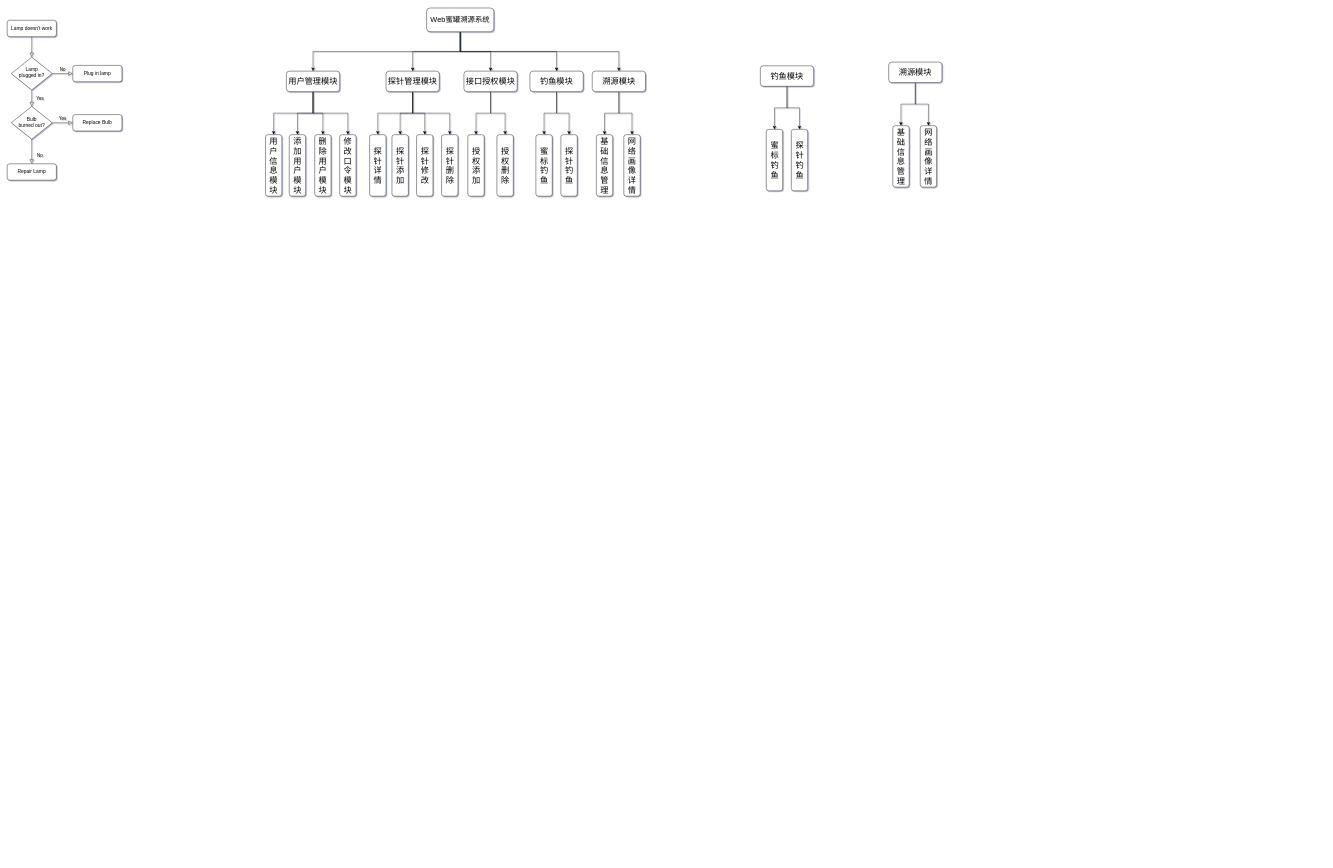
Above: fxw.drawio in Pannet/Pannet.github.io (draw.io), before the change. Source tidied: cells renumbered, new cells numbered last; positions are measured from the earlier drawing's top-left corner, leaving out a move shared by most shapes. Both pictures are drawn from the tidied source at 41%, with x=0, y=0 at pixel (7, 8).
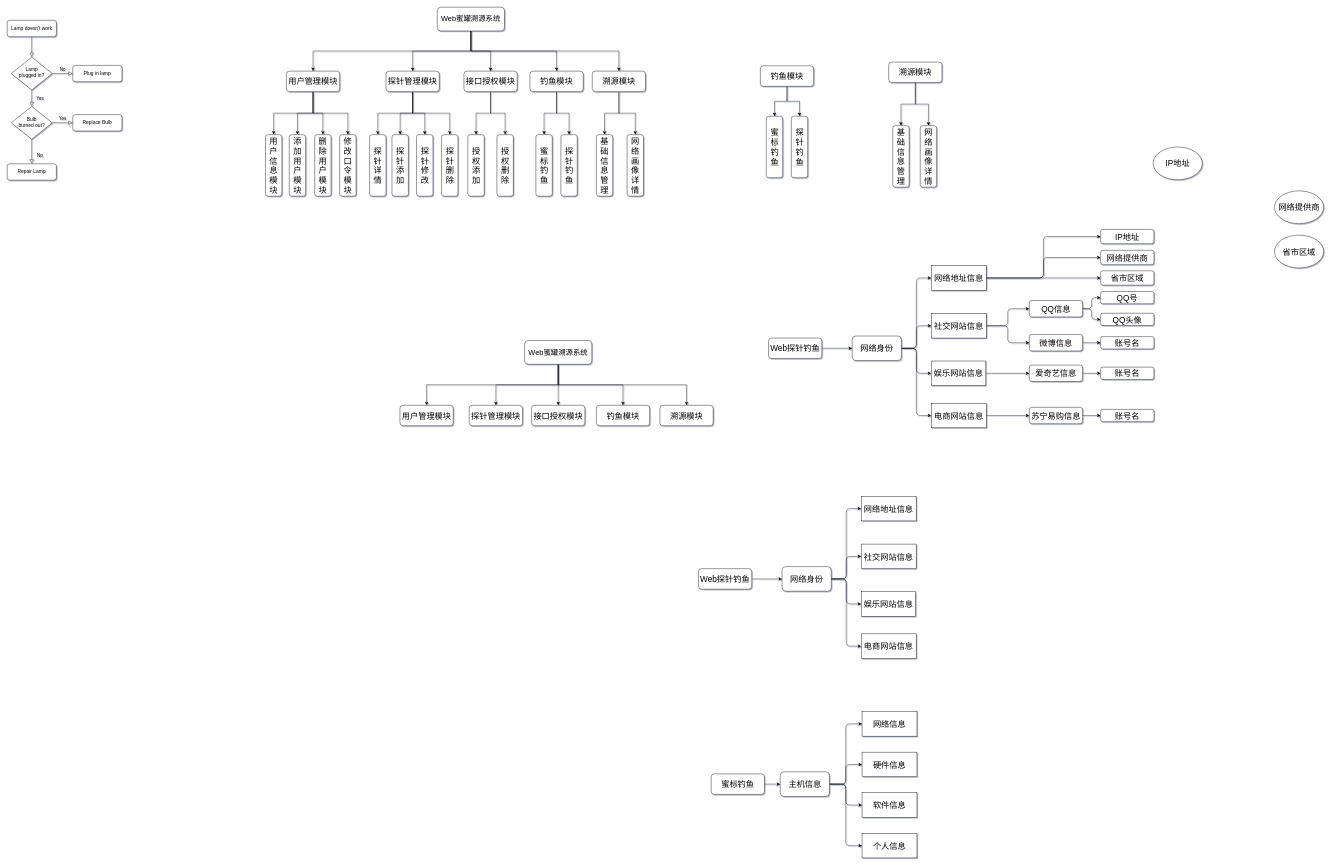
Above is the later version.

Diff of the diagram source:
```diff
@@
     <mxCell id="18" value="&lt;font style=&quot;font-size: 18px&quot;&gt;Web蜜罐溯源系统&lt;/font&gt;" style="rounded=1;whiteSpace=wrap;html=1;" parent="1" vertex="1">
-      <mxGeometry x="1023" width="164" height="58" as="geometry" />
+      <mxGeometry x="1049" y="-2" width="164" height="58" as="geometry" />
     </mxCell>
@@
     <mxCell id="44" value="网&lt;br style=&quot;font-size: 20px&quot;&gt;络&lt;br style=&quot;font-size: 20px&quot;&gt;画&lt;br style=&quot;font-size: 20px&quot;&gt;像&lt;br style=&quot;font-size: 20px&quot;&gt;详情" style="rounded=1;whiteSpace=wrap;html=1;fontSize=20;rotation=0;" parent="1" vertex="1">
-      <mxGeometry x="1504" y="309" width="40" height="150" as="geometry" />
+      <mxGeometry x="1512" y="309" width="40" height="150" as="geometry" />
     </mxCell>
@@
     <mxCell id="60" value="蜜标钓鱼" style="rounded=1;whiteSpace=wrap;html=1;fontSize=20;rotation=0;" parent="1" vertex="1">
-      <mxGeometry x="1851.5" y="296" width="40" height="150" as="geometry" />
+      <mxGeometry x="1851.5" y="264" width="40" height="150" as="geometry" />
     </mxCell>
     <mxCell id="61" value="探针钓鱼" style="rounded=1;whiteSpace=wrap;html=1;fontSize=20;rotation=0;" parent="1" vertex="1">
-      <mxGeometry x="1912.5" y="296" width="40" height="150" as="geometry" />
+      <mxGeometry x="1912.5" y="264" width="40" height="150" as="geometry" />
     </mxCell>
+    <mxCell id="62" style="edgeStyle=orthogonalEdgeStyle;rounded=0;jettySize=auto;html=1;entryX=0.5;entryY=0;entryDx=0;entryDy=0;fontSize=18;exitX=0.5;exitY=1;exitDx=0;exitDy=0;" parent="1" edge="1" source="67" target="69">
+      <mxGeometry relative="1" as="geometry" />
+    </mxCell>
+    <mxCell id="63" style="edgeStyle=orthogonalEdgeStyle;rounded=0;jettySize=auto;html=1;entryX=0.5;entryY=0;entryDx=0;entryDy=0;fontSize=18;exitX=0.5;exitY=1;exitDx=0;exitDy=0;" parent="1" edge="1" source="67" target="71">
+      <mxGeometry relative="1" as="geometry" />
+    </mxCell>
+    <mxCell id="64" style="edgeStyle=orthogonalEdgeStyle;rounded=0;jettySize=auto;html=1;fontSize=18;exitX=0.5;exitY=1;exitDx=0;exitDy=0;" parent="1" edge="1" source="67" target="70">
+      <mxGeometry relative="1" as="geometry" />
+    </mxCell>
+    <mxCell id="65" style="edgeStyle=orthogonalEdgeStyle;rounded=0;jettySize=auto;html=1;entryX=0.5;entryY=0;entryDx=0;entryDy=0;fontSize=18;exitX=0.5;exitY=1;exitDx=0;exitDy=0;" parent="1" edge="1" source="67" target="68">
+      <mxGeometry relative="1" as="geometry" />
+    </mxCell>
+    <mxCell id="66" style="edgeStyle=orthogonalEdgeStyle;rounded=0;jettySize=auto;html=1;entryX=0.5;entryY=0;entryDx=0;entryDy=0;fontSize=15;exitX=0.5;exitY=1;exitDx=0;exitDy=0;" parent="1" edge="1" source="67" target="72">
+      <mxGeometry relative="1" as="geometry" />
+    </mxCell>
+    <mxCell id="67" value="&lt;font style=&quot;font-size: 18px&quot;&gt;Web蜜罐溯源系统&lt;/font&gt;" style="rounded=1;whiteSpace=wrap;html=1;" parent="1" vertex="1">
+      <mxGeometry x="1262" y="811" width="164" height="58" as="geometry" />
+    </mxCell>
+    <mxCell id="68" value="用户管理模块" style="rounded=1;whiteSpace=wrap;html=1;fontSize=20;" parent="1" vertex="1">
+      <mxGeometry x="958" y="969" width="130" height="50" as="geometry" />
+    </mxCell>
+    <mxCell id="69" value="接口授权模块" style="rounded=1;whiteSpace=wrap;html=1;fontSize=20;" parent="1" vertex="1">
+      <mxGeometry x="1279" y="969" width="130" height="50" as="geometry" />
+    </mxCell>
+    <mxCell id="70" value="探针管理模块" style="rounded=1;whiteSpace=wrap;html=1;fontSize=20;" parent="1" vertex="1">
+      <mxGeometry x="1127" y="969" width="130" height="50" as="geometry" />
+    </mxCell>
+    <mxCell id="71" value="溯源模块" style="rounded=1;whiteSpace=wrap;html=1;fontSize=20;" parent="1" vertex="1">
+      <mxGeometry x="1592" y="969" width="130" height="50" as="geometry" />
+    </mxCell>
+    <mxCell id="72" value="钓鱼模块" style="rounded=1;whiteSpace=wrap;html=1;fontSize=20;" parent="1" vertex="1">
+      <mxGeometry x="1437" y="969" width="130" height="50" as="geometry" />
+    </mxCell>
+    <mxCell id="73" style="edgeStyle=orthogonalEdgeStyle;curved=0;rounded=1;sketch=0;jettySize=auto;html=1;" parent="1" edge="1" source="74" target="90">
+      <mxGeometry relative="1" as="geometry" />
+    </mxCell>
+    <mxCell id="74" value="Web探针钓鱼" style="rounded=1;whiteSpace=wrap;html=1;fontSize=20;" parent="1" vertex="1">
+      <mxGeometry x="1857" y="805" width="130" height="50" as="geometry" />
+    </mxCell>
+    <mxCell id="75" style="edgeStyle=orthogonalEdgeStyle;curved=0;rounded=1;sketch=0;jettySize=auto;html=1;fontSize=20;entryX=0;entryY=0.5;entryDx=0;entryDy=0;" parent="1" edge="1" source="78" target="94">
+      <mxGeometry relative="1" as="geometry" />
+    </mxCell>
+    <mxCell id="76" style="edgeStyle=orthogonalEdgeStyle;curved=0;rounded=1;sketch=0;jettySize=auto;html=1;entryX=0;entryY=0.5;entryDx=0;entryDy=0;fontSize=20;" parent="1" edge="1" source="78" target="95">
+      <mxGeometry relative="1" as="geometry" />
+    </mxCell>
+    <mxCell id="77" style="edgeStyle=orthogonalEdgeStyle;curved=0;rounded=1;sketch=0;jettySize=auto;html=1;fontSize=20;" parent="1" edge="1" source="78" target="96">
+      <mxGeometry relative="1" as="geometry" />
+    </mxCell>
+    <mxCell id="78" value="网络地址信息" style="rounded=0;whiteSpace=wrap;html=1;sketch=0;fontSize=20;" parent="1" vertex="1">
+      <mxGeometry x="2254" y="628.5" width="134" height="60" as="geometry" />
+    </mxCell>
+    <mxCell id="79" style="edgeStyle=orthogonalEdgeStyle;curved=0;rounded=1;sketch=0;jettySize=auto;html=1;fontSize=20;entryX=0;entryY=0.5;entryDx=0;entryDy=0;" parent="1" edge="1" source="81" target="99">
+      <mxGeometry relative="1" as="geometry" />
+    </mxCell>
+    <mxCell id="80" style="edgeStyle=orthogonalEdgeStyle;curved=0;rounded=1;sketch=0;jettySize=auto;html=1;entryX=0;entryY=0.5;entryDx=0;entryDy=0;fontSize=20;" parent="1" edge="1" source="81" target="101">
+      <mxGeometry relative="1" as="geometry" />
+    </mxCell>
+    <mxCell id="81" value="社交网站信息" style="rounded=0;whiteSpace=wrap;html=1;sketch=0;fontSize=20;" parent="1" vertex="1">
+      <mxGeometry x="2254" y="745" width="134" height="60" as="geometry" />
+    </mxCell>
+    <mxCell id="82" style="edgeStyle=orthogonalEdgeStyle;curved=0;rounded=1;sketch=0;jettySize=auto;html=1;entryX=0;entryY=0.5;entryDx=0;entryDy=0;fontSize=20;" parent="1" edge="1" source="83" target="103">
+      <mxGeometry relative="1" as="geometry" />
+    </mxCell>
+    <mxCell id="83" value="娱乐网站信息" style="rounded=0;whiteSpace=wrap;html=1;sketch=0;fontSize=20;" parent="1" vertex="1">
+      <mxGeometry x="2254" y="861" width="133" height="60" as="geometry" />
+    </mxCell>
+    <mxCell id="84" style="edgeStyle=orthogonalEdgeStyle;curved=0;rounded=1;sketch=0;jettySize=auto;html=1;entryX=0;entryY=0.5;entryDx=0;entryDy=0;fontSize=20;" parent="1" edge="1" source="85" target="105">
+      <mxGeometry relative="1" as="geometry" />
+    </mxCell>
+    <mxCell id="85" value="电商网站信息" style="rounded=0;whiteSpace=wrap;html=1;sketch=0;fontSize=20;" parent="1" vertex="1">
+      <mxGeometry x="2254" y="964" width="134" height="60" as="geometry" />
+    </mxCell>
+    <mxCell id="86" style="edgeStyle=orthogonalEdgeStyle;curved=0;rounded=1;sketch=0;jettySize=auto;html=1;entryX=0;entryY=0.5;entryDx=0;entryDy=0;fontSize=20;" parent="1" edge="1" source="90" target="78">
+      <mxGeometry relative="1" as="geometry" />
+    </mxCell>
+    <mxCell id="87" style="edgeStyle=orthogonalEdgeStyle;curved=0;rounded=1;sketch=0;jettySize=auto;html=1;entryX=0;entryY=0.5;entryDx=0;entryDy=0;fontSize=20;" parent="1" edge="1" source="90" target="81">
+      <mxGeometry relative="1" as="geometry" />
+    </mxCell>
+    <mxCell id="88" style="edgeStyle=orthogonalEdgeStyle;curved=0;rounded=1;sketch=0;jettySize=auto;html=1;entryX=0;entryY=0.5;entryDx=0;entryDy=0;fontSize=20;" parent="1" edge="1" source="90" target="83">
+      <mxGeometry relative="1" as="geometry" />
+    </mxCell>
+    <mxCell id="89" style="edgeStyle=orthogonalEdgeStyle;curved=0;rounded=1;sketch=0;jettySize=auto;html=1;entryX=0;entryY=0.5;entryDx=0;entryDy=0;fontSize=20;" parent="1" edge="1" source="90" target="85">
+      <mxGeometry relative="1" as="geometry" />
+    </mxCell>
+    <mxCell id="90" value="网络身份" style="rounded=1;whiteSpace=wrap;html=1;sketch=0;fontSize=20;" parent="1" vertex="1">
+      <mxGeometry x="2061" y="800" width="120" height="60" as="geometry" />
+    </mxCell>
+    <mxCell id="91" value="省市区域" style="ellipse;whiteSpace=wrap;html=1;rounded=0;sketch=0;fontSize=20;" parent="1" vertex="1">
+      <mxGeometry x="3091" y="554" width="120" height="80" as="geometry" />
+    </mxCell>
+    <mxCell id="92" value="IP地址" style="ellipse;whiteSpace=wrap;html=1;rounded=0;sketch=0;fontSize=20;" parent="1" vertex="1">
+      <mxGeometry x="2795" y="339" width="120" height="80" as="geometry" />
+    </mxCell>
+    <mxCell id="93" value="网络提供商" style="ellipse;whiteSpace=wrap;html=1;rounded=0;sketch=0;fontSize=20;" parent="1" vertex="1">
+      <mxGeometry x="3091" y="446" width="120" height="80" as="geometry" />
+    </mxCell>
+    <mxCell id="94" value="IP地址" style="rounded=1;whiteSpace=wrap;html=1;fontSize=20;" parent="1" vertex="1">
+      <mxGeometry x="2667" y="540" width="130" height="35" as="geometry" />
+    </mxCell>
+    <mxCell id="95" value="网络提供商" style="rounded=1;whiteSpace=wrap;html=1;fontSize=20;" parent="1" vertex="1">
+      <mxGeometry x="2667" y="591" width="130" height="35" as="geometry" />
+    </mxCell>
+    <mxCell id="96" value="省市区域" style="rounded=1;whiteSpace=wrap;html=1;fontSize=20;" parent="1" vertex="1">
+      <mxGeometry x="2667" y="641" width="130" height="35" as="geometry" />
+    </mxCell>
+    <mxCell id="97" style="edgeStyle=orthogonalEdgeStyle;curved=0;rounded=1;sketch=0;jettySize=auto;html=1;entryX=0;entryY=0.5;entryDx=0;entryDy=0;fontSize=20;" parent="1" edge="1" source="99" target="106">
+      <mxGeometry relative="1" as="geometry" />
+    </mxCell>
+    <mxCell id="98" style="edgeStyle=orthogonalEdgeStyle;curved=0;rounded=1;sketch=0;jettySize=auto;html=1;fontSize=20;" parent="1" edge="1" source="99" target="107">
+      <mxGeometry relative="1" as="geometry" />
+    </mxCell>
+    <mxCell id="99" value="QQ信息" style="rounded=1;whiteSpace=wrap;html=1;fontSize=20;" parent="1" vertex="1">
+      <mxGeometry x="2493" y="713.5" width="130" height="40" as="geometry" />
+    </mxCell>
+    <mxCell id="100" style="edgeStyle=orthogonalEdgeStyle;curved=0;rounded=1;sketch=0;jettySize=auto;html=1;fontSize=20;" parent="1" edge="1" source="101" target="108">
+      <mxGeometry relative="1" as="geometry" />
+    </mxCell>
+    <mxCell id="101" value="微博信息" style="rounded=1;whiteSpace=wrap;html=1;fontSize=20;" parent="1" vertex="1">
+      <mxGeometry x="2493" y="796.5" width="130" height="40" as="geometry" />
+    </mxCell>
+    <mxCell id="102" style="edgeStyle=orthogonalEdgeStyle;curved=0;rounded=1;sketch=0;jettySize=auto;html=1;fontSize=20;" parent="1" edge="1" source="103" target="109">
+      <mxGeometry relative="1" as="geometry" />
+    </mxCell>
+    <mxCell id="103" value="爱奇艺信息" style="rounded=1;whiteSpace=wrap;html=1;fontSize=20;" parent="1" vertex="1">
+      <mxGeometry x="2493" y="871" width="130" height="40" as="geometry" />
+    </mxCell>
+    <mxCell id="104" style="edgeStyle=orthogonalEdgeStyle;curved=0;rounded=1;sketch=0;jettySize=auto;html=1;fontSize=20;" parent="1" edge="1" source="105" target="110">
+      <mxGeometry relative="1" as="geometry" />
+    </mxCell>
+    <mxCell id="105" value="苏宁易购信息" style="rounded=1;whiteSpace=wrap;html=1;fontSize=20;" parent="1" vertex="1">
+      <mxGeometry x="2493" y="974" width="130" height="40" as="geometry" />
+    </mxCell>
+    <mxCell id="106" value="QQ号" style="rounded=1;whiteSpace=wrap;html=1;fontSize=20;" parent="1" vertex="1">
+      <mxGeometry x="2667" y="691.5" width="130" height="30" as="geometry" />
+    </mxCell>
+    <mxCell id="107" value="QQ头像" style="rounded=1;whiteSpace=wrap;html=1;fontSize=20;" parent="1" vertex="1">
+      <mxGeometry x="2667" y="744.5" width="130" height="30" as="geometry" />
+    </mxCell>
+    <mxCell id="108" value="账号名" style="rounded=1;whiteSpace=wrap;html=1;fontSize=20;" parent="1" vertex="1">
+      <mxGeometry x="2667" y="801.5" width="130" height="30" as="geometry" />
+    </mxCell>
+    <mxCell id="109" value="账号名" style="rounded=1;whiteSpace=wrap;html=1;fontSize=20;" parent="1" vertex="1">
+      <mxGeometry x="2667" y="876" width="130" height="30" as="geometry" />
+    </mxCell>
+    <mxCell id="110" value="账号名" style="rounded=1;whiteSpace=wrap;html=1;fontSize=20;" parent="1" vertex="1">
+      <mxGeometry x="2667" y="979" width="130" height="30" as="geometry" />
+    </mxCell>
+    <mxCell id="111" style="edgeStyle=orthogonalEdgeStyle;curved=0;rounded=1;sketch=0;jettySize=auto;html=1;" parent="1" edge="1" source="112" target="121">
+      <mxGeometry relative="1" as="geometry" />
+    </mxCell>
+    <mxCell id="112" value="Web探针钓鱼" style="rounded=1;whiteSpace=wrap;html=1;fontSize=20;" parent="1" vertex="1">
+      <mxGeometry x="1686" y="1367.5" width="130" height="50" as="geometry" />
+    </mxCell>
+    <mxCell id="113" value="网络地址信息" style="rounded=0;whiteSpace=wrap;html=1;sketch=0;fontSize=20;" parent="1" vertex="1">
+      <mxGeometry x="2083" y="1191" width="134" height="60" as="geometry" />
+    </mxCell>
+    <mxCell id="114" value="社交网站信息" style="rounded=0;whiteSpace=wrap;html=1;sketch=0;fontSize=20;" parent="1" vertex="1">
+      <mxGeometry x="2083" y="1307.5" width="134" height="60" as="geometry" />
+    </mxCell>
+    <mxCell id="115" value="娱乐网站信息" style="rounded=0;whiteSpace=wrap;html=1;sketch=0;fontSize=20;" parent="1" vertex="1">
+      <mxGeometry x="2083" y="1423.5" width="133" height="60" as="geometry" />
+    </mxCell>
+    <mxCell id="116" value="电商网站信息" style="rounded=0;whiteSpace=wrap;html=1;sketch=0;fontSize=20;" parent="1" vertex="1">
+      <mxGeometry x="2083" y="1526.5" width="134" height="60" as="geometry" />
+    </mxCell>
+    <mxCell id="117" style="edgeStyle=orthogonalEdgeStyle;curved=0;rounded=1;sketch=0;jettySize=auto;html=1;entryX=0;entryY=0.5;entryDx=0;entryDy=0;fontSize=20;" parent="1" edge="1" source="121" target="113">
+      <mxGeometry relative="1" as="geometry" />
+    </mxCell>
+    <mxCell id="118" style="edgeStyle=orthogonalEdgeStyle;curved=0;rounded=1;sketch=0;jettySize=auto;html=1;entryX=0;entryY=0.5;entryDx=0;entryDy=0;fontSize=20;" parent="1" edge="1" source="121" target="114">
+      <mxGeometry relative="1" as="geometry" />
+    </mxCell>
+    <mxCell id="119" style="edgeStyle=orthogonalEdgeStyle;curved=0;rounded=1;sketch=0;jettySize=auto;html=1;entryX=0;entryY=0.5;entryDx=0;entryDy=0;fontSize=20;" parent="1" edge="1" source="121" target="115">
+      <mxGeometry relative="1" as="geometry" />
+    </mxCell>
+    <mxCell id="120" style="edgeStyle=orthogonalEdgeStyle;curved=0;rounded=1;sketch=0;jettySize=auto;html=1;entryX=0;entryY=0.5;entryDx=0;entryDy=0;fontSize=20;" parent="1" edge="1" source="121" target="116">
+      <mxGeometry relative="1" as="geometry" />
+    </mxCell>
+    <mxCell id="121" value="网络身份" style="rounded=1;whiteSpace=wrap;html=1;sketch=0;fontSize=20;" parent="1" vertex="1">
+      <mxGeometry x="1890" y="1362.5" width="120" height="60" as="geometry" />
+    </mxCell>
+    <mxCell id="122" style="edgeStyle=orthogonalEdgeStyle;curved=0;rounded=1;sketch=0;jettySize=auto;html=1;fontSize=20;" parent="1" edge="1" source="123" target="132">
+      <mxGeometry relative="1" as="geometry" />
+    </mxCell>
+    <mxCell id="123" value="蜜标钓鱼" style="rounded=1;whiteSpace=wrap;html=1;fontSize=20;" parent="1" vertex="1">
+      <mxGeometry x="1717" y="1868" width="130" height="50" as="geometry" />
+    </mxCell>
+    <mxCell id="124" style="edgeStyle=orthogonalEdgeStyle;curved=0;rounded=1;sketch=0;jettySize=auto;html=1;entryX=0;entryY=0.5;entryDx=0;entryDy=0;fontSize=20;exitX=1;exitY=0.5;exitDx=0;exitDy=0;" parent="1" edge="1" source="132" target="128">
+      <mxGeometry relative="1" as="geometry" />
+    </mxCell>
+    <mxCell id="125" style="edgeStyle=orthogonalEdgeStyle;curved=0;rounded=1;sketch=0;jettySize=auto;html=1;fontSize=20;exitX=1;exitY=0.5;exitDx=0;exitDy=0;" parent="1" edge="1" source="132" target="129">
+      <mxGeometry relative="1" as="geometry" />
+    </mxCell>
+    <mxCell id="126" style="edgeStyle=orthogonalEdgeStyle;curved=0;rounded=1;sketch=0;jettySize=auto;html=1;entryX=0;entryY=0.5;entryDx=0;entryDy=0;fontSize=20;exitX=1;exitY=0.5;exitDx=0;exitDy=0;" parent="1" edge="1" source="132" target="130">
+      <mxGeometry relative="1" as="geometry" />
+    </mxCell>
+    <mxCell id="127" style="edgeStyle=orthogonalEdgeStyle;curved=0;rounded=1;sketch=0;jettySize=auto;html=1;entryX=0;entryY=0.5;entryDx=0;entryDy=0;fontSize=20;exitX=1;exitY=0.5;exitDx=0;exitDy=0;" parent="1" edge="1" source="132" target="131">
+      <mxGeometry relative="1" as="geometry" />
+    </mxCell>
+    <mxCell id="128" value="网络信息" style="rounded=0;whiteSpace=wrap;html=1;sketch=0;fontSize=20;" parent="1" vertex="1">
+      <mxGeometry x="2085" y="1716" width="134" height="60" as="geometry" />
+    </mxCell>
+    <mxCell id="129" value="硬件信息" style="rounded=0;whiteSpace=wrap;html=1;sketch=0;fontSize=20;" parent="1" vertex="1">
+      <mxGeometry x="2085" y="1815" width="134" height="60" as="geometry" />
+    </mxCell>
+    <mxCell id="130" value="软件信息" style="rounded=0;whiteSpace=wrap;html=1;sketch=0;fontSize=20;" parent="1" vertex="1">
+      <mxGeometry x="2085" y="1914" width="134" height="60" as="geometry" />
+    </mxCell>
+    <mxCell id="131" value="个人信息" style="rounded=0;whiteSpace=wrap;html=1;sketch=0;fontSize=20;" parent="1" vertex="1">
+      <mxGeometry x="2085" y="2013" width="134" height="60" as="geometry" />
+    </mxCell>
+    <mxCell id="132" value="主机信息" style="rounded=1;whiteSpace=wrap;html=1;sketch=0;fontSize=20;" parent="1" vertex="1">
+      <mxGeometry x="1885.5" y="1863" width="120" height="60" as="geometry" />
+    </mxCell>
```
